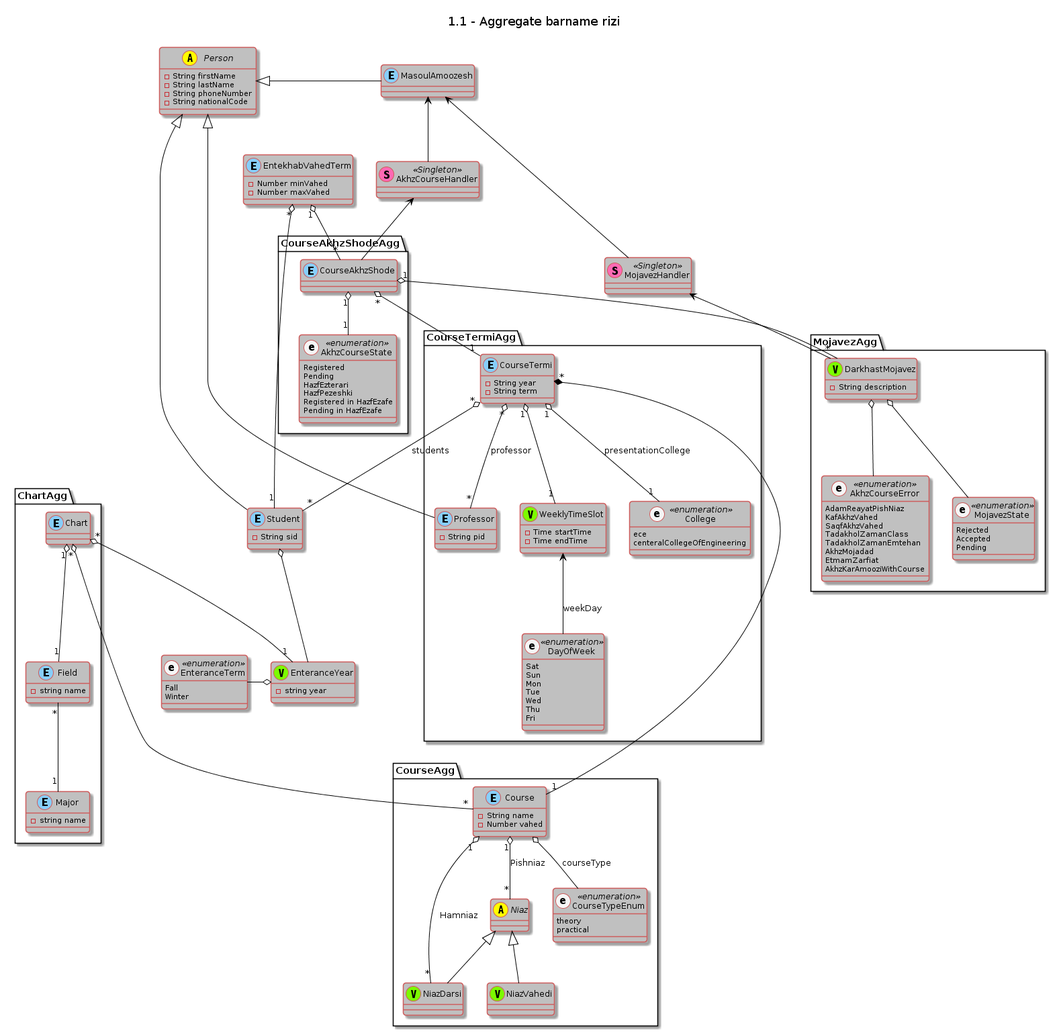
Earlier version of the PlantUML export aggregate-barname-rizi.png (MohGanji/OO-ClassDiagram-Project). Its diagram source:
```plantuml
@startuml

skinparam roundcorner 8

skinparam class {
	BackgroundColor #C0C0C0
	ArrowColor black
	BorderColor IndianRed
}

skinparam stereotypeCBackgroundColor gold
skinparam stereotypeIBackgroundColor AntiqueWhite
skinparam stereotypeABackgroundColor yellow

title \n1.1 - Aggregate barname rizi\n

abstract class Person {
  - String firstName
  - String lastName
  - String phoneNumber
  - String nationalCode
}
Person <|- MasoulAmoozesh
Person <|- Student

class Student << (E,LightSkyBlue) >> {
  - String sid
}


Student o-- EnteranceYear
enum EnteranceTerm << (e,WhiteSmoke) enumeration>> {
  Fall
  Winter
}
class EnteranceYear << (V,LawnGreen) >> {
  - string year
}
EnteranceYear o-left- EnteranceTerm



class MasoulAmoozesh << (E,LightSkyBlue) >> {
}


package ChartAgg {
  class Major << (E,LightSkyBlue) >> {
    - string name
  }

  class Field << (E,LightSkyBlue) >> {
    - string name
  }

  class Chart << (E,LightSkyBlue) >> {
  }
  Field "*" -- "1" Major
  Chart "1" o-- "1" Field
}
Chart "*" o-- "1" EnteranceYear

package CourseAgg {
  Chart "*" o--- "*" Course
  abstract class Niaz {
  }

  class Course << (E,LightSkyBlue) >> {
    - String name
    - Number vahed
  }
  class NiazDarsi << (V,LawnGreen) >> {
  }
  Niaz <|-- NiazDarsi

  class NiazVahedi << (V,LawnGreen) >> {
  }
  Niaz <|-- NiazVahedi
  Course "1" o-- "*" Niaz : Pishniaz
  Course "1" o-- "*" NiazDarsi : Hamniaz
  Course  o-- CourseTypeEnum : courseType

  enum CourseTypeEnum << (e,WhiteSmoke) enumeration>> {
    theory
    practical
  }
}

package CourseTermiAgg {
  Person <|- Professor
  class Professor << (E,LightSkyBlue) >> {
    - String pid
  }
  class CourseTermi << (E,LightSkyBlue) >> {
    - String year
    - String term
  }
  CourseTermi "*" *---- "1" Course
  CourseTermi "*" o-- "*" Professor : professor
  CourseTermi "*" o-- "*" Student : students
  CourseTermi "1" o-- "1" WeeklyTimeSlot
  CourseTermi "1" o-- "1" College : presentationCollege
  class WeeklyTimeSlot << (V,LawnGreen) >> {
    - Time startTime
    - Time endTime
  }
  WeeklyTimeSlot <-- DayOfWeek : weekDay
  enum DayOfWeek << (e,WhiteSmoke) enumeration>> {
    Sat
    Sun
    Mon
    Tue
    Wed
    Thu
    Fri
  }
  enum College << (e,WhiteSmoke) enumeration>> {
    ece
    centeralCollegeOfEngineering
  }

}


class EntekhabVahedTerm << (E,LightSkyBlue) >> {
  - Number minVahed
  - Number maxVahed
}
EntekhabVahedTerm "*" o-- "1" Student

package CourseAkhzShodeAgg {
  EntekhabVahedTerm "1" o-- "*" CourseAkhzShode

  enum AkhzCourseState << (e,WhiteSmoke) enumeration>> {
    Registered
    Pending
    HazfEzterari
    HazfPezeshki
    Registered in HazfEzafe
    Pending in HazfEzafe
  }
  class CourseAkhzShode << (E,LightSkyBlue) >> {
  }
  CourseAkhzShode "*" o-- "1" CourseTermi
  CourseAkhzShode "1" o-- "1" AkhzCourseState
}
AkhzCourseHandler <-- CourseAkhzShode
class AkhzCourseHandler << (S,HotPink) Singleton >> {
}
MasoulAmoozesh <-- AkhzCourseHandler



class MojavezHandler << (S,HotPink) Singleton >> {
}
MasoulAmoozesh <-- MojavezHandler



package MojavezAgg {
  MojavezHandler <-- DarkhastMojavez
  enum AkhzCourseError << (e,WhiteSmoke) enumeration>> {
    AdamReayatPishNiaz
    KafAkhzVahed
    SaqfAkhzVahed
    TadakholZamanClass
    TadakholZamanEmtehan
    AkhzMojadad
    EtmamZarfiat
    AkhzKarAmooziWithCourse
  }

  class DarkhastMojavez << (V,LawnGreen) >> {
    - String description
  }
  DarkhastMojavez o-- AkhzCourseError
  DarkhastMojavez o-- MojavezState
  CourseAkhzShode "1" o-- "*" DarkhastMojavez
  enum MojavezState << (e,WhiteSmoke) enumeration>> {
    Rejected
    Accepted
    Pending
  }
}

@enduml
```
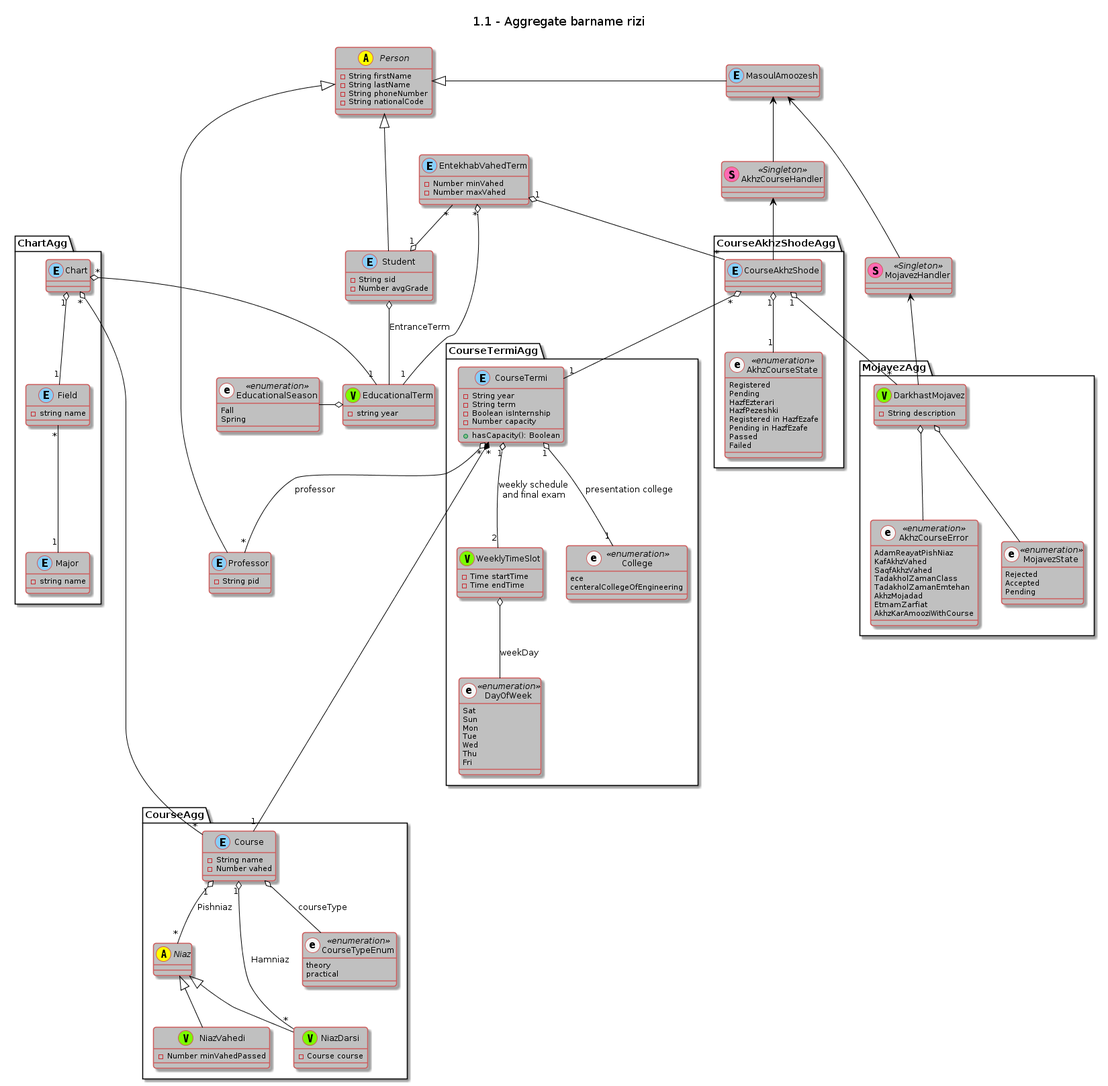
After the commit.

The edit, as a diff of the source:
```diff
@@ -25,20 +25,24 @@
 
 class Student << (E,LightSkyBlue) >> {
   - String sid
+  - Number avgGrade
 }
 
 
-Student o-- EnteranceYear
-enum EnteranceTerm << (e,WhiteSmoke) enumeration>> {
+Student o-- EducationalTerm : EntranceTerm
+enum EducationalSeason << (e,WhiteSmoke) enumeration>> {
   Fall
-  Winter
+  Spring
 }
-class EnteranceYear << (V,LawnGreen) >> {
+class EducationalTerm << (V,LawnGreen) >> {
   - string year
 }
-EnteranceYear o-left- EnteranceTerm
+EducationalTerm o-left- EducationalSeason
 
-
+Person <|- Professor
+class Professor << (E,LightSkyBlue) >> {
+  - String pid
+}
 
 class MasoulAmoozesh << (E,LightSkyBlue) >> {
 }
@@ -58,7 +62,8 @@
   Field "*" -- "1" Major
   Chart "1" o-- "1" Field
 }
-Chart "*" o-- "1" EnteranceYear
+Chart "*" o-- "1" EducationalTerm
+EntekhabVahedTerm "*" o-- "1" EducationalTerm
 
 package CourseAgg {
   Chart "*" o--- "*" Course
@@ -70,10 +75,12 @@
     - Number vahed
   }
   class NiazDarsi << (V,LawnGreen) >> {
+    - Course course
   }
   Niaz <|-- NiazDarsi
 
   class NiazVahedi << (V,LawnGreen) >> {
+    - Number minVahedPassed
   }
   Niaz <|-- NiazVahedi
   Course "1" o-- "*" Niaz : Pishniaz
@@ -87,24 +94,23 @@
 }
 
 package CourseTermiAgg {
-  Person <|- Professor
-  class Professor << (E,LightSkyBlue) >> {
-    - String pid
-  }
+
   class CourseTermi << (E,LightSkyBlue) >> {
     - String year
     - String term
+    - Boolean isInternship
+    - Number capacity
+    + hasCapacity(): Boolean
   }
   CourseTermi "*" *---- "1" Course
   CourseTermi "*" o-- "*" Professor : professor
-  CourseTermi "*" o-- "*" Student : students
-  CourseTermi "1" o-- "1" WeeklyTimeSlot
-  CourseTermi "1" o-- "1" College : presentationCollege
+  CourseTermi "1" o-- "2" WeeklyTimeSlot : weekly schedule\nand final exam
+  CourseTermi "1" o-- "1" College : presentation college
   class WeeklyTimeSlot << (V,LawnGreen) >> {
     - Time startTime
     - Time endTime
   }
-  WeeklyTimeSlot <-- DayOfWeek : weekDay
+  WeeklyTimeSlot o-- DayOfWeek : weekDay
   enum DayOfWeek << (e,WhiteSmoke) enumeration>> {
     Sat
     Sun
@@ -126,7 +132,7 @@
   - Number minVahed
   - Number maxVahed
 }
-EntekhabVahedTerm "*" o-- "1" Student
+EntekhabVahedTerm "*" --o "1" Student
 
 package CourseAkhzShodeAgg {
   EntekhabVahedTerm "1" o-- "*" CourseAkhzShode
@@ -138,6 +144,8 @@
     HazfPezeshki
     Registered in HazfEzafe
     Pending in HazfEzafe
+    Passed
+    Failed
   }
   class CourseAkhzShode << (E,LightSkyBlue) >> {
   }
@@ -159,7 +167,7 @@
 
 package MojavezAgg {
   MojavezHandler <-- DarkhastMojavez
-  enum AkhzCourseError << (e,WhiteSmoke) enumeration>> {
+  enum AkhzCourseError << (e,WhiteSmoke) enumeration >> {
     AdamReayatPishNiaz
     KafAkhzVahed
     SaqfAkhzVahed
@@ -176,7 +184,7 @@
   DarkhastMojavez o-- AkhzCourseError
   DarkhastMojavez o-- MojavezState
   CourseAkhzShode "1" o-- "*" DarkhastMojavez
-  enum MojavezState << (e,WhiteSmoke) enumeration>> {
+  enum MojavezState << (e,WhiteSmoke) enumeration >> {
     Rejected
     Accepted
     Pending
```
